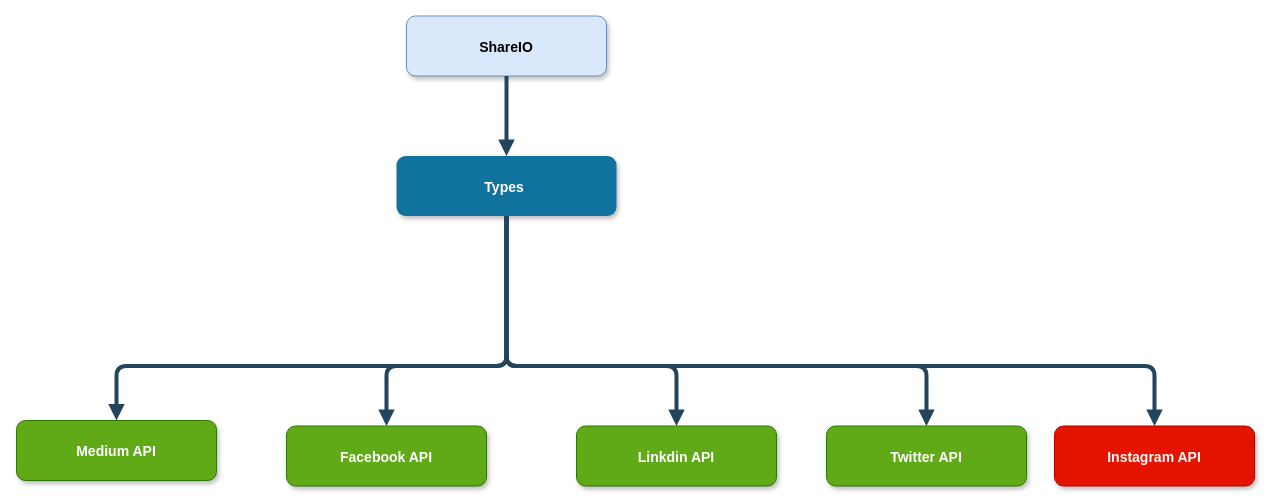
Above: ShareIO.drawio in S-8506/codenaive (draw.io), before the change. Source tidied: cells renumbered, new cells numbered last; positions are measured from the earlier drawing's top-left corner, leaving out a move shared by most shapes. Both pictures are drawn from the tidied source at 100%, with x=0, y=0 at pixel (16, 16).
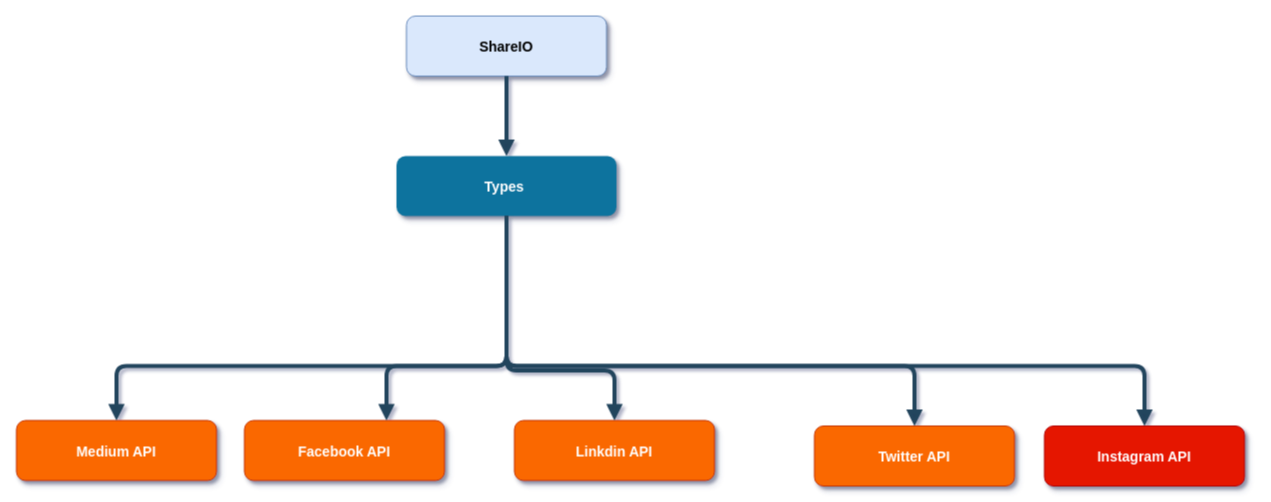
After the change.

Unchanged cells that the change refers to:
```xml
<mxCell id="3" value="Types " style="rounded=1;fillColor=#10739E;strokeColor=none;shadow=1;gradientColor=none;fontStyle=1;fontColor=#FFFFFF;fontSize=14;" parent="1" vertex="1">
  <mxGeometry x="380" y="139.5" width="220" height="60" as="geometry" />
</mxCell>
```

Diff of the diagram source:
```diff
@@
-<mxGraphModel background="#ffffff">
+<mxGraphModel background="#ffffff" shadow="1">
@@
-    <mxCell id="4" value="Medium API" style="rounded=1;fillColor=#60a917;strokeColor=#2D7600;shadow=1;fontStyle=1;fontColor=#ffffff;fontSize=14;" parent="1" vertex="1">
+    <mxCell id="4" value="Medium API" style="rounded=1;fillColor=#fa6800;strokeColor=#C73500;shadow=1;fontStyle=1;fontSize=14;fontColor=#ffffff;" parent="1" vertex="1">
       <mxGeometry y="404" width="200" height="60" as="geometry" />
     </mxCell>
-    <mxCell id="5" value="Facebook API" style="rounded=1;fillColor=#60a917;strokeColor=#2D7600;shadow=1;fontStyle=1;fontColor=#ffffff;fontSize=14;" parent="1" vertex="1">
-      <mxGeometry x="270" y="409.5" width="200" height="60" as="geometry" />
+    <mxCell id="5" value="Facebook API" style="rounded=1;fillColor=#fa6800;strokeColor=#C73500;shadow=1;fontStyle=1;fontSize=14;fontColor=#ffffff;" parent="1" vertex="1">
+      <mxGeometry x="228" y="404" width="200" height="60" as="geometry" />
     </mxCell>
-    <mxCell id="6" value="Linkdin API" style="rounded=1;fillColor=#60a917;strokeColor=#2D7600;shadow=1;fontStyle=1;fontColor=#ffffff;fontSize=14;" parent="1" vertex="1">
-      <mxGeometry x="560" y="409.5" width="200" height="60" as="geometry" />
+    <mxCell id="6" value="Linkdin API" style="rounded=1;fillColor=#fa6800;strokeColor=#C73500;shadow=1;fontStyle=1;fontSize=14;fontColor=#ffffff;" parent="1" vertex="1">
+      <mxGeometry x="498" y="404" width="200" height="60" as="geometry" />
     </mxCell>
-    <mxCell id="7" value="Twitter API" style="rounded=1;fillColor=#60a917;strokeColor=#2D7600;shadow=1;fontStyle=1;fontColor=#ffffff;fontSize=14;" parent="1" vertex="1">
-      <mxGeometry x="810" y="409.5" width="200" height="60" as="geometry" />
+    <mxCell id="7" value="Twitter API" style="rounded=1;fillColor=#fa6800;strokeColor=#C73500;shadow=1;fontStyle=1;fontSize=14;fontColor=#ffffff;" parent="1" vertex="1">
+      <mxGeometry x="798" y="409.5" width="200" height="60" as="geometry" />
     </mxCell>
@@
-    <mxCell id="12" style="edgeStyle=elbowEdgeStyle;elbow=vertical;strokeWidth=4;endArrow=block;endFill=1;fontStyle=1;strokeColor=#23445D;" parent="1" edge="1" source="3" target="6">
+    <mxCell id="12" style="edgeStyle=elbowEdgeStyle;elbow=vertical;strokeWidth=4;endArrow=block;endFill=1;fontStyle=1;strokeColor=#23445D;entryX=0.5;entryY=0;entryDx=0;entryDy=0;" parent="1" edge="1" target="6">
       <mxGeometry x="22" y="165.5" as="geometry">
+        <mxPoint x="490" y="204" as="sourcePoint" />
         <Array as="points">
+          <mxPoint x="548" y="354" />
+          <mxPoint x="558" y="374" />
           <mxPoint x="660" y="349.5" />
         </Array>
       </mxGeometry>
     </mxCell>
     <mxCell id="13" value="Instagram API" style="rounded=1;fillColor=#e51400;strokeColor=#B20000;shadow=1;fontStyle=1;fontSize=14;fontColor=#ffffff;" parent="1" vertex="1">
-      <mxGeometry x="1038" y="409.5" width="200" height="60" as="geometry" />
+      <mxGeometry x="1028" y="409.5" width="200" height="60" as="geometry" />
     </mxCell>
```
